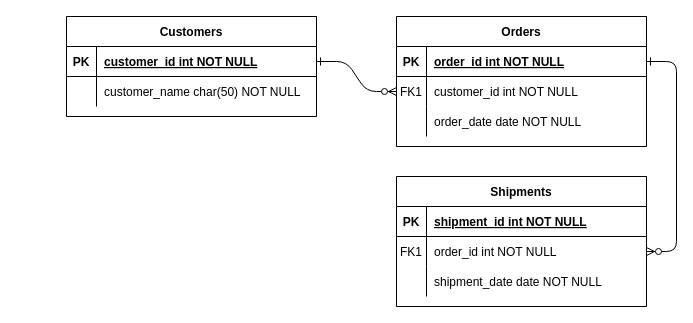
This is Untitled Diagram.drawio from NatalitsaPanchenko/forum_test, a draw.io file, before an edit. Source tidied: cells renumbered, new cells numbered last; positions are measured from the earlier drawing's top-left corner, leaving out a move shared by most shapes. Both pictures are drawn from the tidied source at 100%, with x=0, y=0 at pixel (66, 16).
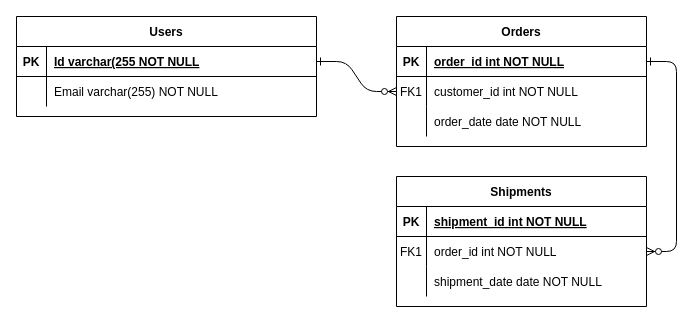
The same page after the edit.

Diff of the diagram source:
```diff
@@
-    <mxCell id="24" value="Customers" style="shape=table;startSize=30;childLayout=tableLayout;rowLines=0;fontStyle=1;align=center;" parent="1" vertex="1">
-      <mxGeometry width="250" height="100" as="geometry" />
+    <mxCell id="24" value="Users" style="shape=table;startSize=30;childLayout=tableLayout;rowLines=0;fontStyle=1;align=center;" parent="1" vertex="1">
+      <mxGeometry x="-50" width="300" height="100" as="geometry" />
     </mxCell>
     <mxCell id="25" style="shape=partialRectangle;fillColor=none;points=[[0,0.5],[1,0.5]];portConstraint=eastwest;top=0;left=0;right=0;bottom=1;" parent="24" vertex="1">
-      <mxGeometry y="30" width="250" height="30" as="geometry" />
+      <mxGeometry y="30" width="300" height="30" as="geometry" />
     </mxCell>
@@
-    <mxCell id="27" value="customer_id int NOT NULL " style="shape=partialRectangle;overflow=hidden;fillColor=none;top=0;left=0;bottom=0;right=0;align=left;spacingLeft=6;fontStyle=5;" parent="25" vertex="1">
-      <mxGeometry x="30" width="220" height="30" as="geometry" />
+    <mxCell id="27" value="Id varchar(255 NOT NULL " style="shape=partialRectangle;overflow=hidden;fillColor=none;top=0;left=0;bottom=0;right=0;align=left;spacingLeft=6;fontStyle=5;" parent="25" vertex="1">
+      <mxGeometry x="30" width="270" height="30" as="geometry" />
     </mxCell>
     <mxCell id="28" style="shape=partialRectangle;fillColor=none;top=0;left=0;right=0;bottom=0;" parent="24" vertex="1">
-      <mxGeometry y="60" width="250" height="30" as="geometry" />
+      <mxGeometry y="60" width="300" height="30" as="geometry" />
     </mxCell>
@@
-    <mxCell id="30" value="customer_name char(50) NOT NULL" style="shape=partialRectangle;overflow=hidden;fillColor=none;top=0;left=0;bottom=0;right=0;align=left;spacingLeft=6;" parent="28" vertex="1">
-      <mxGeometry x="30" width="220" height="30" as="geometry" />
+    <mxCell id="30" value="Email varchar(255) NOT NULL" style="shape=partialRectangle;overflow=hidden;fillColor=none;top=0;left=0;bottom=0;right=0;align=left;spacingLeft=6;" parent="28" vertex="1">
+      <mxGeometry x="30" width="270" height="30" as="geometry" />
     </mxCell>
```
